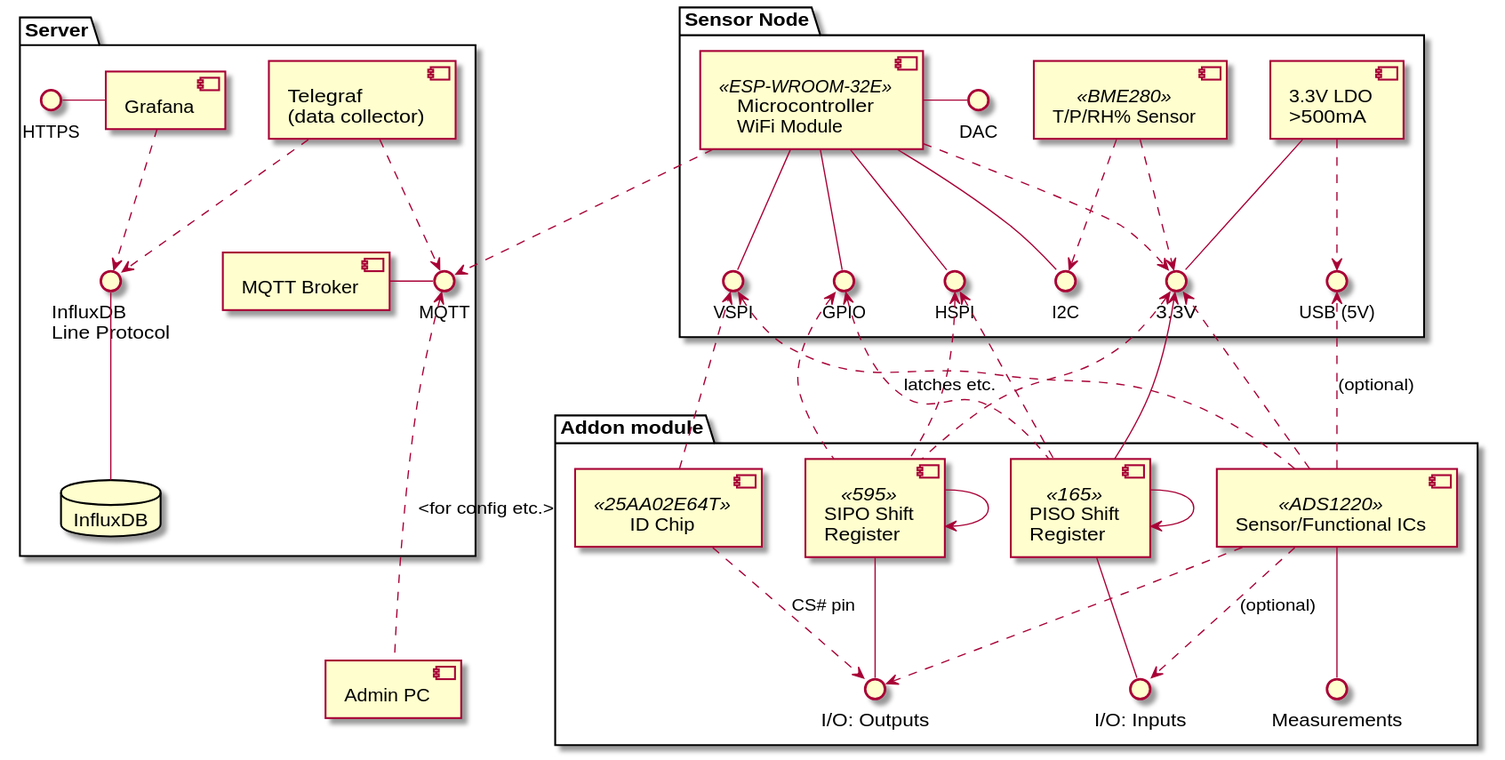
The PlantUML diagram docs/components.svg in Tulitomaatti/mittari, before a commit.
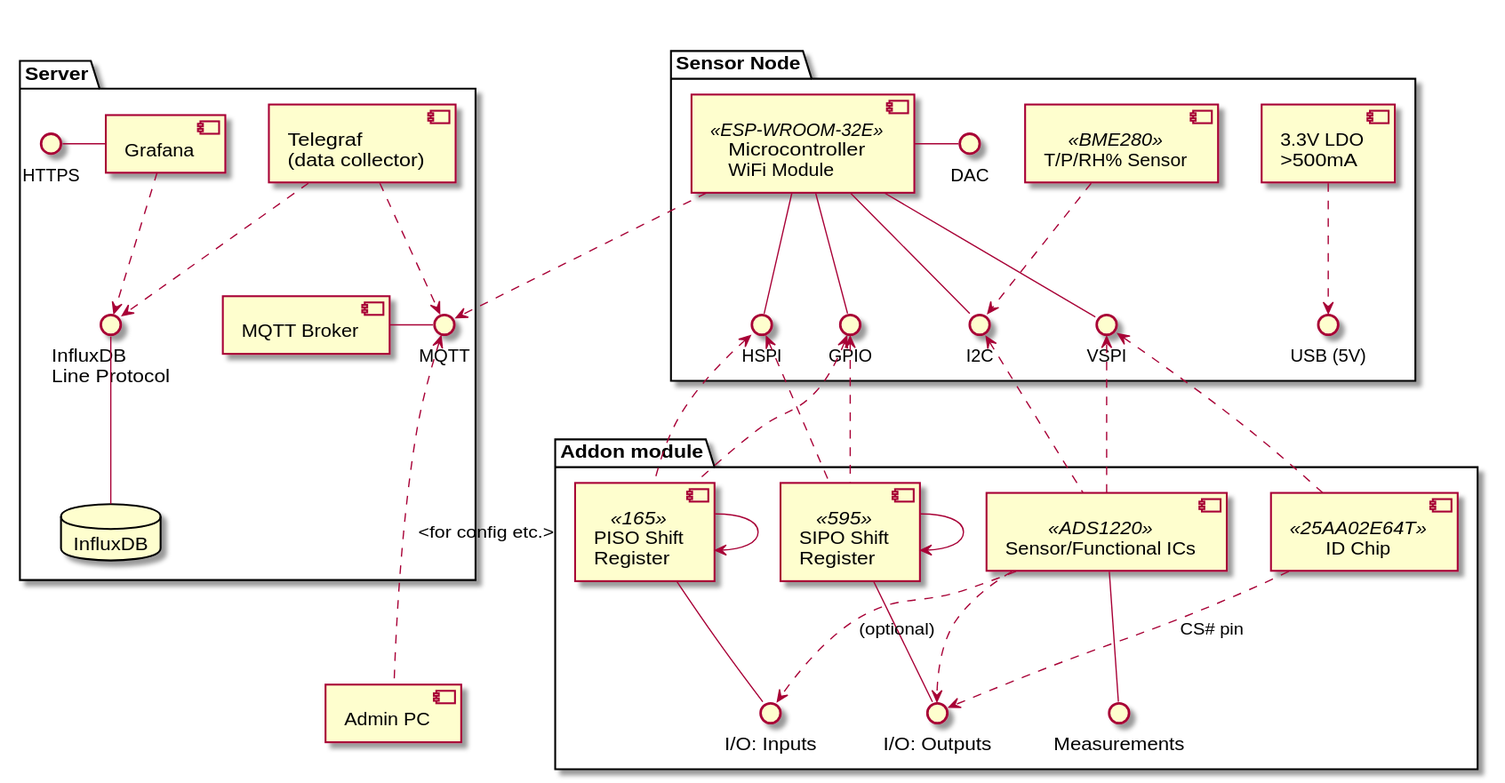
Later version of the same file.

Commit message:
Tuned component diagram.

Change to the diagram source:
```diff
@@ -3,7 +3,6 @@
     component esp32 as "Microcontroller\nWiFi Module" <<ESP-WROOM-32E>>
     component ldo as "3.3V LDO\n>500mA"
     component BME280 as "T/P/RH% Sensor" <<BME280>>
-    interface "3.3V"
     interface USB as "USB (5V)"
     interface VSPI
     interface HSPI
@@ -44,9 +43,7 @@
 telegraf ..> influx
 grafana ..> influx
 grafana -left- HTTPS
-ldo -- 3.3V
-ldo ..> USB
-esp32 ..> 3.3V
+ldo .d.> USB
 esp32 ..> mqtt
 esp32 -d- VSPI
 esp32 -- HSPI
@@ -54,7 +51,6 @@
 esp32 -r- DAC
 esp32 -- GPIO
 BME280 ..> I2C
-BME280 ..> 3.3V
 mqtt_broker - mqtt
 db -up- influx
 
@@ -62,12 +58,10 @@
 sipo_sr -d- module_outputs
 HSPI <.. sipo_sr
 HSPI <.. piso_sr
-GPIO <.. piso_sr : latches etc.
+GPIO <.. piso_sr
 GPIO <.. sipo_sr
 sipo_sr --> sipo_sr
 piso_sr --> piso_sr
-sipo_sr .u.> 3.3V
-piso_sr -u-> 3.3V
 
 
 
@@ -78,8 +72,13 @@
 sensor ..> module_outputs
 sensor ..> module_inputs : (optional)
 sensor -d- measurement
-sensor ..> 3.3V
-sensor ..> USB : (optional)
+sensor .u.> I2C
 
 pc .up..> mqtt : <for config etc.>
+
+piso_sr <-[hidden] sensor
+
+DAC <-[hidden] ldo
+BME280 <-[hidden] ldo
+I2C <-[hidden] GPIO
 @enduml
```
